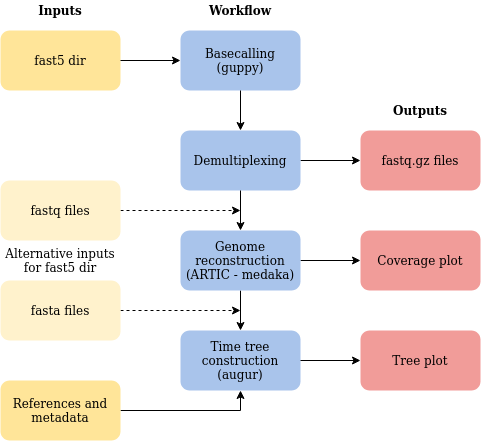
The draw.io diagram data/figures/workflow.png in replikation/poreCov, before a commit. Source tidied: cells renumbered, new cells last; positions are measured from the earlier drawing's top-left corner, leaving out a move shared by most shapes. The source it was exported from:
```xml
<mxGraphModel>
  <root>
    <mxCell id="0" />
    <mxCell id="1" parent="0" />
    <mxCell id="2" value="&lt;div&gt;Basecalling&lt;/div&gt;&lt;div&gt;(guppy)&lt;br&gt;&lt;/div&gt;" style="rounded=1;whiteSpace=wrap;html=1;fillColor=#A9C4EB;strokeColor=none;" parent="1" vertex="1">
      <mxGeometry x="180" y="30" width="120" height="60" as="geometry" />
    </mxCell>
    <mxCell id="3" style="edgeStyle=orthogonalEdgeStyle;rounded=0;jettySize=auto;html=1;targetPerimeterSpacing=6;entryX=0;entryY=0.5;entryDx=0;entryDy=0;" parent="1" edge="1" source="4" target="5">
      <mxGeometry relative="1" as="geometry" />
    </mxCell>
    <mxCell id="4" value="Demultiplexing" style="rounded=1;whiteSpace=wrap;html=1;fillColor=#A9C4EB;strokeColor=none;" parent="1" vertex="1">
      <mxGeometry x="180" y="130" width="120" height="60" as="geometry" />
    </mxCell>
    <mxCell id="5" value="fastq.gz files" style="rounded=1;whiteSpace=wrap;html=1;fillColor=#F19C99;strokeColor=none;" parent="1" vertex="1">
      <mxGeometry x="360" y="130" width="120" height="60" as="geometry" />
    </mxCell>
    <mxCell id="6" style="edgeStyle=orthogonalEdgeStyle;rounded=0;jettySize=auto;html=1;targetPerimeterSpacing=6;entryX=0;entryY=0.5;entryDx=0;entryDy=0;" parent="1" edge="1" source="8" target="9">
      <mxGeometry relative="1" as="geometry" />
    </mxCell>
    <mxCell id="7" style="edgeStyle=orthogonalEdgeStyle;rounded=0;jettySize=auto;html=1;targetPerimeterSpacing=6;entryX=0.5;entryY=0;entryDx=0;entryDy=0;" parent="1" edge="1" source="8" target="16">
      <mxGeometry relative="1" as="geometry" />
    </mxCell>
    <mxCell id="8" value="&lt;div&gt;Genome reconstruction&lt;/div&gt;&lt;div&gt; (ARTIC - medaka)&lt;/div&gt;" style="rounded=1;whiteSpace=wrap;html=1;fillColor=#A9C4EB;strokeColor=none;" parent="1" vertex="1">
      <mxGeometry x="180" y="230" width="120" height="60" as="geometry" />
    </mxCell>
    <mxCell id="9" value="Coverage plot" style="rounded=1;whiteSpace=wrap;html=1;fillColor=#F19C99;strokeColor=none;" parent="1" vertex="1">
      <mxGeometry x="360" y="230" width="120" height="60" as="geometry" />
    </mxCell>
    <mxCell id="10" style="endArrow=classic;html=1;exitX=0.5;exitY=1;exitDx=0;exitDy=0;entryX=0.5;entryY=0;entryDx=0;entryDy=0;" parent="1" edge="1" source="2" target="4">
      <mxGeometry relative="1" as="geometry" />
    </mxCell>
    <mxCell id="11" style="endArrow=classic;html=1;exitX=0.5;exitY=1;exitDx=0;exitDy=0;entryX=0.5;entryY=0;entryDx=0;entryDy=0;" parent="1" edge="1" source="4" target="8">
      <mxGeometry relative="1" as="geometry" />
    </mxCell>
    <mxCell id="12" value="fast5 dir" style="rounded=1;whiteSpace=wrap;html=1;fillColor=#FFE599;strokeColor=none;" parent="1" vertex="1">
      <mxGeometry y="30" width="120" height="60" as="geometry" />
    </mxCell>
    <mxCell id="13" style="edgeStyle=orthogonalEdgeStyle;rounded=0;jettySize=auto;html=1;dashed=1;targetPerimeterSpacing=6;" parent="1" edge="1" source="14">
      <mxGeometry relative="1" as="geometry">
        <mxPoint x="240" y="210" as="targetPoint" />
      </mxGeometry>
    </mxCell>
    <mxCell id="14" value="fastq files " style="rounded=1;whiteSpace=wrap;html=1;fillColor=#FFF2CC;strokeColor=none;" parent="1" vertex="1">
      <mxGeometry y="180" width="120" height="60" as="geometry" />
    </mxCell>
    <mxCell id="15" style="endArrow=classic;html=1;exitX=1;exitY=0.5;exitDx=0;exitDy=0;entryX=0;entryY=0.5;entryDx=0;entryDy=0;" parent="1" edge="1" source="12" target="2">
      <mxGeometry relative="1" as="geometry" />
    </mxCell>
    <mxCell id="16" value="&lt;div&gt;Time tree &lt;br&gt;&lt;/div&gt;&lt;div&gt;construction&lt;/div&gt;&lt;div&gt;(augur)&lt;br&gt;&lt;/div&gt;" style="rounded=1;whiteSpace=wrap;html=1;fillColor=#A9C4EB;strokeColor=none;" parent="1" vertex="1">
      <mxGeometry x="180" y="330" width="120" height="60" as="geometry" />
    </mxCell>
    <mxCell id="17" value="Inputs" style="text;html=1;strokeColor=none;fillColor=none;align=center;verticalAlign=middle;whiteSpace=wrap;rounded=0;fontStyle=1;" parent="1" vertex="1">
      <mxGeometry width="120" height="20" as="geometry" />
    </mxCell>
    <mxCell id="18" value="Workflow" style="text;html=1;strokeColor=none;fillColor=none;align=center;verticalAlign=middle;whiteSpace=wrap;rounded=0;fontStyle=1;" parent="1" vertex="1">
      <mxGeometry x="180" width="120" height="20" as="geometry" />
    </mxCell>
    <mxCell id="19" value="Outputs" style="text;html=1;strokeColor=none;fillColor=none;align=center;verticalAlign=middle;whiteSpace=wrap;rounded=0;fontStyle=1;" parent="1" vertex="1">
      <mxGeometry x="360" y="100" width="120" height="20" as="geometry" />
    </mxCell>
    <mxCell id="20" style="edgeStyle=orthogonalEdgeStyle;rounded=0;jettySize=auto;html=1;dashed=1;targetPerimeterSpacing=6;" parent="1" edge="1" source="21">
      <mxGeometry relative="1" as="geometry">
        <mxPoint x="240" y="310" as="targetPoint" />
      </mxGeometry>
    </mxCell>
    <mxCell id="21" value="fasta files " style="rounded=1;whiteSpace=wrap;html=1;fillColor=#FFF2CC;strokeColor=none;" parent="1" vertex="1">
      <mxGeometry y="280" width="120" height="60" as="geometry" />
    </mxCell>
    <mxCell id="22" style="edgeStyle=orthogonalEdgeStyle;rounded=0;jettySize=auto;html=1;targetPerimeterSpacing=6;entryX=0;entryY=0.5;entryDx=0;entryDy=0;" parent="1" edge="1" target="23">
      <mxGeometry relative="1" as="geometry">
        <mxPoint x="300" y="360" as="sourcePoint" />
      </mxGeometry>
    </mxCell>
    <mxCell id="23" value="Tree plot" style="rounded=1;whiteSpace=wrap;html=1;fillColor=#F19C99;strokeColor=none;" parent="1" vertex="1">
      <mxGeometry x="360" y="330" width="120" height="60" as="geometry" />
    </mxCell>
    <mxCell id="24" style="edgeStyle=orthogonalEdgeStyle;rounded=0;jettySize=auto;html=1;endArrow=classic;endFill=1;targetPerimeterSpacing=6;entryX=0.5;entryY=1;entryDx=0;entryDy=0;exitX=1;exitY=0.5;exitDx=0;exitDy=0;" parent="1" edge="1" source="25" target="16">
      <mxGeometry relative="1" as="geometry">
        <Array as="points">
          <mxPoint x="240" y="410" />
        </Array>
      </mxGeometry>
    </mxCell>
    <mxCell id="25" value="References and&lt;br&gt;metadata" style="rounded=1;whiteSpace=wrap;html=1;fillColor=#FFE599;strokeColor=none;" parent="1" vertex="1">
      <mxGeometry y="380" width="120" height="60" as="geometry" />
    </mxCell>
    <mxCell id="26" value="Alternative inputs for fast5 dir" style="text;html=1;strokeColor=none;fillColor=none;align=center;verticalAlign=middle;whiteSpace=wrap;rounded=0;" parent="1" vertex="1">
      <mxGeometry y="250" width="120" height="20" as="geometry" />
    </mxCell>
  </root>
</mxGraphModel>
```
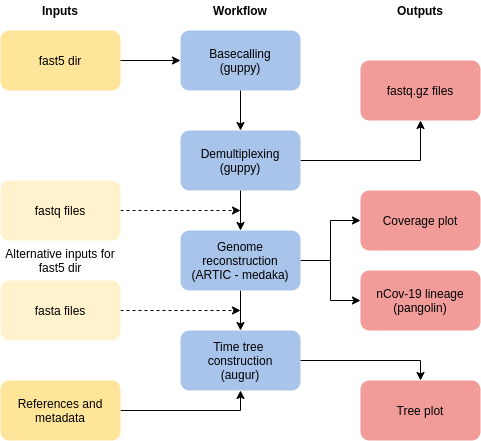
The same file after the commit.

Commit message:
added pangolin & general overhal

What changed in the source:
```diff
@@ -5,26 +5,41 @@
     <mxCell id="2" value="&lt;div&gt;Basecalling&lt;/div&gt;&lt;div&gt;(guppy)&lt;br&gt;&lt;/div&gt;" style="rounded=1;whiteSpace=wrap;html=1;fillColor=#A9C4EB;strokeColor=none;" parent="1" vertex="1">
       <mxGeometry x="180" y="30" width="120" height="60" as="geometry" />
     </mxCell>
-    <mxCell id="3" style="edgeStyle=orthogonalEdgeStyle;rounded=0;jettySize=auto;html=1;targetPerimeterSpacing=6;entryX=0;entryY=0.5;entryDx=0;entryDy=0;" parent="1" edge="1" source="4" target="5">
-      <mxGeometry relative="1" as="geometry" />
+    <mxCell id="3" style="edgeStyle=orthogonalEdgeStyle;rounded=0;jettySize=auto;html=1;targetPerimeterSpacing=6;entryX=0.5;entryY=1;entryDx=0;entryDy=0;" parent="1" edge="1" source="4" target="5">
+      <mxGeometry relative="1" as="geometry">
+        <Array as="points">
+          <mxPoint x="420" y="160" />
+        </Array>
+      </mxGeometry>
     </mxCell>
-    <mxCell id="4" value="Demultiplexing" style="rounded=1;whiteSpace=wrap;html=1;fillColor=#A9C4EB;strokeColor=none;" parent="1" vertex="1">
+    <mxCell id="4" value="Demultiplexing&lt;br&gt;(guppy)" style="rounded=1;whiteSpace=wrap;html=1;fillColor=#A9C4EB;strokeColor=none;" parent="1" vertex="1">
       <mxGeometry x="180" y="130" width="120" height="60" as="geometry" />
     </mxCell>
     <mxCell id="5" value="fastq.gz files" style="rounded=1;whiteSpace=wrap;html=1;fillColor=#F19C99;strokeColor=none;" parent="1" vertex="1">
-      <mxGeometry x="360" y="130" width="120" height="60" as="geometry" />
+      <mxGeometry x="360" y="60" width="120" height="60" as="geometry" />
     </mxCell>
     <mxCell id="6" style="edgeStyle=orthogonalEdgeStyle;rounded=0;jettySize=auto;html=1;targetPerimeterSpacing=6;entryX=0;entryY=0.5;entryDx=0;entryDy=0;" parent="1" edge="1" source="8" target="9">
-      <mxGeometry relative="1" as="geometry" />
+      <mxGeometry relative="1" as="geometry">
+        <Array as="points">
+          <mxPoint x="330" y="260" />
+          <mxPoint x="330" y="220" />
+        </Array>
+      </mxGeometry>
     </mxCell>
     <mxCell id="7" style="edgeStyle=orthogonalEdgeStyle;rounded=0;jettySize=auto;html=1;targetPerimeterSpacing=6;entryX=0.5;entryY=0;entryDx=0;entryDy=0;" parent="1" edge="1" source="8" target="16">
       <mxGeometry relative="1" as="geometry" />
     </mxCell>
+    <mxCell id="27" style="edgeStyle=orthogonalEdgeStyle;rounded=0;jettySize=auto;html=1;" parent="1" edge="1" source="8" target="28">
+      <mxGeometry relative="1" as="geometry" />
+    </mxCell>
     <mxCell id="8" value="&lt;div&gt;Genome reconstruction&lt;/div&gt;&lt;div&gt; (ARTIC - medaka)&lt;/div&gt;" style="rounded=1;whiteSpace=wrap;html=1;fillColor=#A9C4EB;strokeColor=none;" parent="1" vertex="1">
       <mxGeometry x="180" y="230" width="120" height="60" as="geometry" />
     </mxCell>
+    <mxCell id="28" value="&lt;div&gt;nCov-19 lineage&lt;br&gt;(pangolin)&lt;/div&gt;" style="rounded=1;whiteSpace=wrap;html=1;fillColor=#F19C99;strokeColor=none;" parent="1" vertex="1">
+      <mxGeometry x="360" y="270" width="120" height="60" as="geometry" />
+    </mxCell>
     <mxCell id="9" value="Coverage plot" style="rounded=1;whiteSpace=wrap;html=1;fillColor=#F19C99;strokeColor=none;" parent="1" vertex="1">
-      <mxGeometry x="360" y="230" width="120" height="60" as="geometry" />
+      <mxGeometry x="360" y="190" width="120" height="60" as="geometry" />
     </mxCell>
     <mxCell id="10" style="endArrow=classic;html=1;exitX=0.5;exitY=1;exitDx=0;exitDy=0;entryX=0.5;entryY=0;entryDx=0;entryDy=0;" parent="1" edge="1" source="2" target="4">
       <mxGeometry relative="1" as="geometry" />
@@ -56,7 +71,7 @@
       <mxGeometry x="180" width="120" height="20" as="geometry" />
     </mxCell>
     <mxCell id="19" value="Outputs" style="text;html=1;strokeColor=none;fillColor=none;align=center;verticalAlign=middle;whiteSpace=wrap;rounded=0;fontStyle=1;" parent="1" vertex="1">
-      <mxGeometry x="360" y="100" width="120" height="20" as="geometry" />
+      <mxGeometry x="360" width="120" height="20" as="geometry" />
     </mxCell>
     <mxCell id="20" style="edgeStyle=orthogonalEdgeStyle;rounded=0;jettySize=auto;html=1;dashed=1;targetPerimeterSpacing=6;" parent="1" edge="1" source="21">
       <mxGeometry relative="1" as="geometry">
@@ -66,13 +81,16 @@
     <mxCell id="21" value="fasta files " style="rounded=1;whiteSpace=wrap;html=1;fillColor=#FFF2CC;strokeColor=none;" parent="1" vertex="1">
       <mxGeometry y="280" width="120" height="60" as="geometry" />
     </mxCell>
-    <mxCell id="22" style="edgeStyle=orthogonalEdgeStyle;rounded=0;jettySize=auto;html=1;targetPerimeterSpacing=6;entryX=0;entryY=0.5;entryDx=0;entryDy=0;" parent="1" edge="1" target="23">
+    <mxCell id="22" style="edgeStyle=orthogonalEdgeStyle;rounded=0;jettySize=auto;html=1;targetPerimeterSpacing=6;entryX=0.5;entryY=0;entryDx=0;entryDy=0;" parent="1" edge="1" target="23">
       <mxGeometry relative="1" as="geometry">
         <mxPoint x="300" y="360" as="sourcePoint" />
+        <Array as="points">
+          <mxPoint x="420" y="360" />
+        </Array>
       </mxGeometry>
     </mxCell>
     <mxCell id="23" value="Tree plot" style="rounded=1;whiteSpace=wrap;html=1;fillColor=#F19C99;strokeColor=none;" parent="1" vertex="1">
-      <mxGeometry x="360" y="330" width="120" height="60" as="geometry" />
+      <mxGeometry x="360" y="380" width="120" height="60" as="geometry" />
     </mxCell>
     <mxCell id="24" style="edgeStyle=orthogonalEdgeStyle;rounded=0;jettySize=auto;html=1;endArrow=classic;endFill=1;targetPerimeterSpacing=6;entryX=0.5;entryY=1;entryDx=0;entryDy=0;exitX=1;exitY=0.5;exitDx=0;exitDy=0;" parent="1" edge="1" source="25" target="16">
       <mxGeometry relative="1" as="geometry">
```
